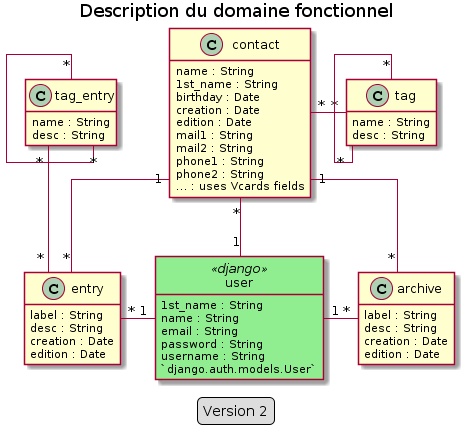
Before: doc/data_model/functional_model.png, a diagram exported from PlantUML (freezed/ocp13).
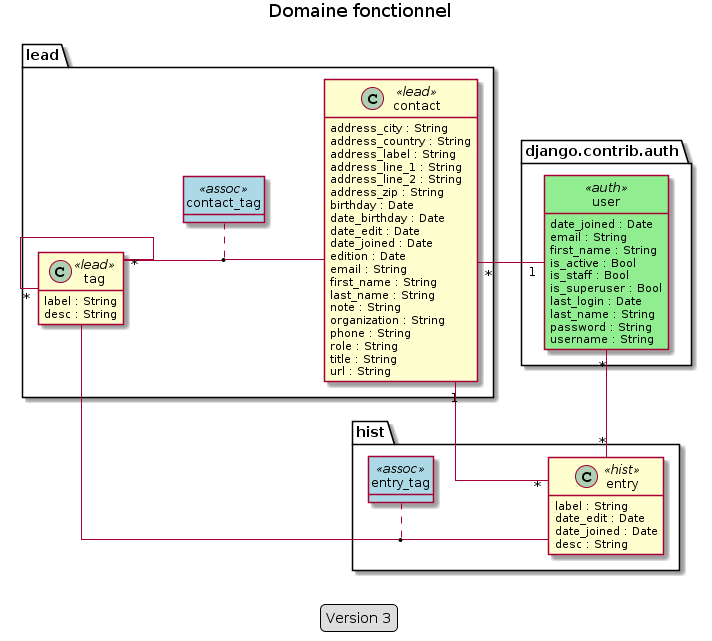
Above is the later version.

Commit message:
Update physical data model to v3 (#20)

Diff of the diagram source:
```diff
@@ -1,82 +1,94 @@
 @startuml
-title Description du domaine fonctionnel
+title Domaine fonctionnel
 
 skinparam linetype ortho
+left to right direction
 hide empty methods
 hide <<assoc>> circle
-hide <<django>> circle
+hide <<auth>> circle
 skinparam class {
     BackgroundColor<<assoc>> lightblue
-    BackgroundColor<<django>> lightgreen
+    BackgroundColor<<auth>> lightgreen
 }
 
 
-class archive
-class contact
-class entry
-class tag
-class tag_entry
-class user <<django>>
+package "lead" {
+    class contact <<lead>>
+    class tag <<lead>>
+    class contact_tag <<assoc>>
+    (tag, contact) . contact_tag
+}
+
+package "django.contrib.auth" {
+    class user <<auth>>
+}
+
+package "hist" {
+    class entry <<hist>>
+    class entry_tag <<assoc>>
+    (tag, entry) . entry_tag
+}
+
+class contact <<lead>>
+class entry <<hist>>
+class tag <<lead>>
+class user <<auth>>
 
 
 contact "1" -- "*" entry
-contact "1" -- "*" archive
-contact "*" - "*" tag
-tag_entry "*" -- "*" entry
-tag_entry "*" - "*" tag_entry
+contact "*" -- "1" user
+user "*" - "*" entry
 tag "*" - "*" tag
-contact "*" -- "1" user
-entry "*" - "1" user
-user "1" - "*" archive
 
-
-class user{
-    1st_name : String
-    name : String
+class user {
+    date_joined : Date
     email : String
+    first_name : String
+    is_active : Bool
+    is_staff : Bool
+    is_superuser : Bool
+    last_login : Date
+    last_name : String
     password : String
     username : String
-    `django.auth.models.User`
 }
 
-class contact{
-    name : String
-    1st_name : String
+class contact {
+    address_city : String
+    address_country : String
+    address_label : String
+    address_line_1 : String
+    address_line_2 : String
+    address_zip : String
     birthday : Date
-    creation : Date
+    date_birthday : Date
+    date_edit : Date
+    date_joined : Date
     edition : Date
-    mail1 : String
-    mail2 : String
-    phone1 : String
-    phone2 : String
-    … : uses Vcards fields
+    email : String
+    first_name : String
+    last_name : String
+    note : String
+    organization : String
+    phone : String
+    role : String
+    title : String
+    url : String
 }
 
-class tag{
-    name : String
+class tag {
+    label : String
     desc : String
 }
 
-class entry{
+class entry {
     label : String
-    desc : String
-    creation : Date
-    edition : Date
-}
-
-class archive{
-    label : String
-    desc : String
-    creation : Date
-    edition : Date
-}
-
-class tag_entry{
-    name : String
+    date_edit : Date
+    date_joined : Date
     desc : String
 }
 
 legend
-    Version 2
+    Version 3
 endlegend
 @enduml
```
